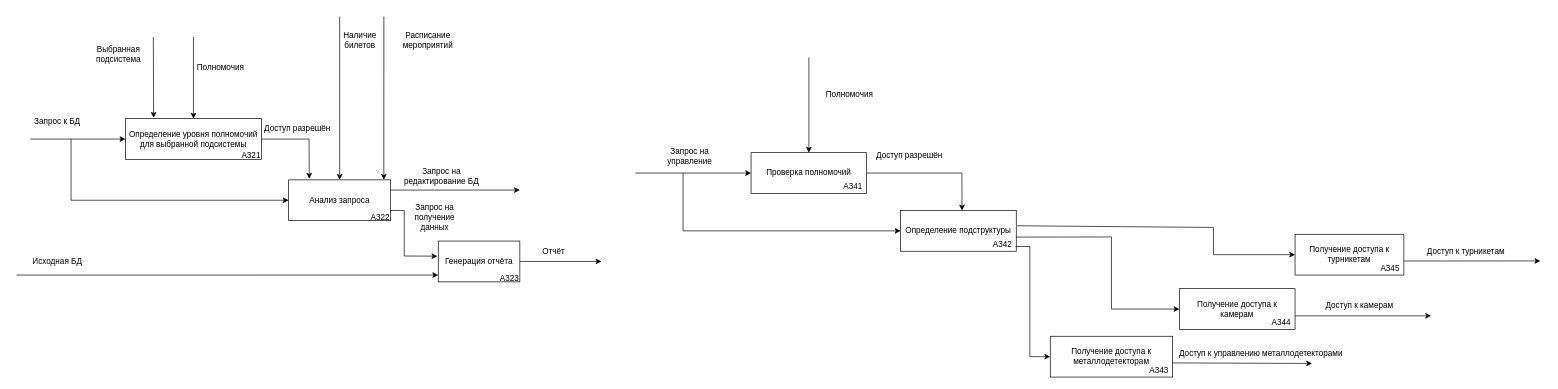
Earlier version of the draw.io diagram page "Page-2" (2 of 2) of Predmetnay_oblast/IDEF0-ver0.drawio (ahrimov/SBeerAPS). Source tidied: cells renumbered, new cells numbered last; positions are measured from the earlier drawing's top-left corner, leaving out a move shared by most shapes. Both pictures are drawn from the tidied source at 68%, with x=0, y=0 at pixel (16, 16).
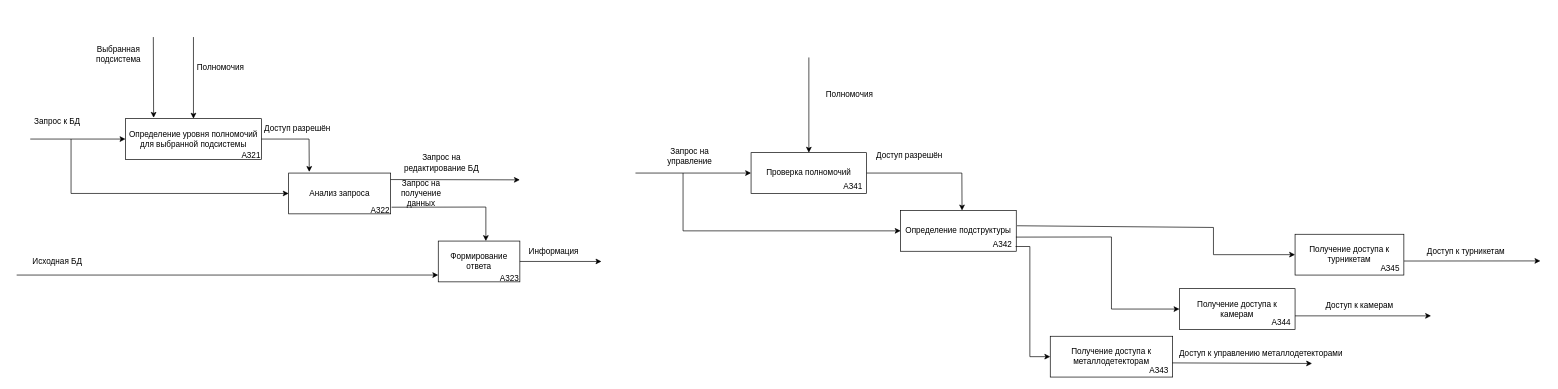
Above is the later version.

Diff of the diagram source:
```diff
@@
     <mxCell id="7" value="Анализ запроса" style="rounded=0;whiteSpace=wrap;html=1;" parent="1" vertex="1">
-      <mxGeometry x="400" y="240" width="150" height="60" as="geometry" />
+      <mxGeometry x="400" y="230" width="150" height="60" as="geometry" />
     </mxCell>
@@
     <mxCell id="9" style="endArrow=classic;html=1;rounded=0;" parent="1" edge="1" target="7">
       <mxGeometry relative="1" as="geometry">
         <mxPoint x="80" y="180" as="sourcePoint" />
         <Array as="points">
-          <mxPoint x="80" y="270" />
+          <mxPoint x="80" y="260" />
         </Array>
       </mxGeometry>
     </mxCell>
@@
-    <mxCell id="11" style="endArrow=classic;html=1;rounded=0;exitX=1;exitY=0.25;exitDx=0;exitDy=0;" parent="1" edge="1" source="7">
+    <mxCell id="11" style="endArrow=classic;html=1;rounded=0;exitX=1;exitY=0.159;exitDx=0;exitDy=0;exitPerimeter=0;" parent="1" edge="1" source="7">
       <mxGeometry relative="1" as="geometry">
-        <mxPoint x="740" y="255" as="targetPoint" />
+        <mxPoint x="740" y="240" as="targetPoint" />
       </mxGeometry>
     </mxCell>
     <mxCell id="12" value="Запрос на редактирование БД" style="text;html=1;strokeColor=none;fillColor=none;align=center;verticalAlign=middle;whiteSpace=wrap;rounded=0;" parent="1" vertex="1">
-      <mxGeometry x="550" y="220" width="150" height="30" as="geometry" />
+      <mxGeometry x="550" y="200" width="150" height="30" as="geometry" />
     </mxCell>
-    <mxCell id="13" style="endArrow=classic;html=1;rounded=0;exitX=1;exitY=0.75;exitDx=0;exitDy=0;entryX=-0.011;entryY=0.37;entryDx=0;entryDy=0;entryPerimeter=0;" parent="1" edge="1" source="7" target="14">
-      <mxGeometry relative="1" as="geometry">
-        <Array as="points">
-          <mxPoint x="570" y="285" />
-          <mxPoint x="570" y="352" />
-        </Array>
-      </mxGeometry>
-    </mxCell>
-    <mxCell id="14" value="Генерация отчёта" style="rounded=0;whiteSpace=wrap;html=1;" parent="1" vertex="1">
+    <mxCell id="14" value="Формирование ответа" style="rounded=0;whiteSpace=wrap;html=1;" parent="1" vertex="1">
       <mxGeometry x="620" y="330" width="120" height="60" as="geometry" />
     </mxCell>
     <mxCell id="15" value="Запрос на получение данных" style="text;html=1;strokeColor=none;fillColor=none;align=center;verticalAlign=middle;whiteSpace=wrap;rounded=0;" parent="1" vertex="1">
-      <mxGeometry x="570" y="280" width="90" height="30" as="geometry" />
+      <mxGeometry x="550" y="245" width="90" height="30" as="geometry" />
     </mxCell>
@@
-    <mxCell id="19" value="Отчёт" style="text;html=1;strokeColor=none;fillColor=none;align=center;verticalAlign=middle;whiteSpace=wrap;rounded=0;" parent="1" vertex="1">
+    <mxCell id="19" value="Информация" style="text;html=1;strokeColor=none;fillColor=none;align=center;verticalAlign=middle;whiteSpace=wrap;rounded=0;" parent="1" vertex="1">
       <mxGeometry x="760" y="330" width="60" height="30" as="geometry" />
     </mxCell>
@@
-    <mxCell id="22" style="endArrow=classic;html=1;rounded=0;" parent="1" edge="1" target="7">
-      <mxGeometry relative="1" as="geometry">
-        <mxPoint x="475" as="sourcePoint" />
-      </mxGeometry>
-    </mxCell>
-    <mxCell id="23" value="Наличие билетов" style="text;html=1;strokeColor=none;fillColor=none;align=center;verticalAlign=middle;whiteSpace=wrap;rounded=0;" parent="1" vertex="1">
-      <mxGeometry x="465" y="20" width="80" height="30" as="geometry" />
-    </mxCell>
-    <mxCell id="24" style="endArrow=classic;html=1;rounded=0;entryX=0.933;entryY=0;entryDx=0;entryDy=0;entryPerimeter=0;" parent="1" edge="1" target="7">
-      <mxGeometry relative="1" as="geometry">
-        <mxPoint x="540" as="sourcePoint" />
-      </mxGeometry>
-    </mxCell>
-    <mxCell id="25" value="Расписание мероприятий" style="text;html=1;strokeColor=none;fillColor=none;align=center;verticalAlign=middle;whiteSpace=wrap;rounded=0;" parent="1" vertex="1">
-      <mxGeometry x="550" y="20" width="110" height="30" as="geometry" />
-    </mxCell>
@@
     <mxCell id="27" value="A322" style="text;html=1;strokeColor=none;fillColor=none;align=center;verticalAlign=middle;whiteSpace=wrap;rounded=0;" parent="1" vertex="1">
-      <mxGeometry x="520" y="290" width="30" height="10" as="geometry" />
+      <mxGeometry x="520" y="280" width="30" height="10" as="geometry" />
     </mxCell>
@@
+    <mxCell id="55" style="endArrow=classic;html=1;rounded=0;exitX=1.009;exitY=0.837;exitDx=0;exitDy=0;exitPerimeter=0;" parent="1" edge="1" source="7">
+      <mxGeometry relative="1" as="geometry">
+        <mxPoint x="690" y="330" as="targetPoint" />
+        <Array as="points">
+          <mxPoint x="690" y="280" />
+        </Array>
+      </mxGeometry>
+    </mxCell>
```
